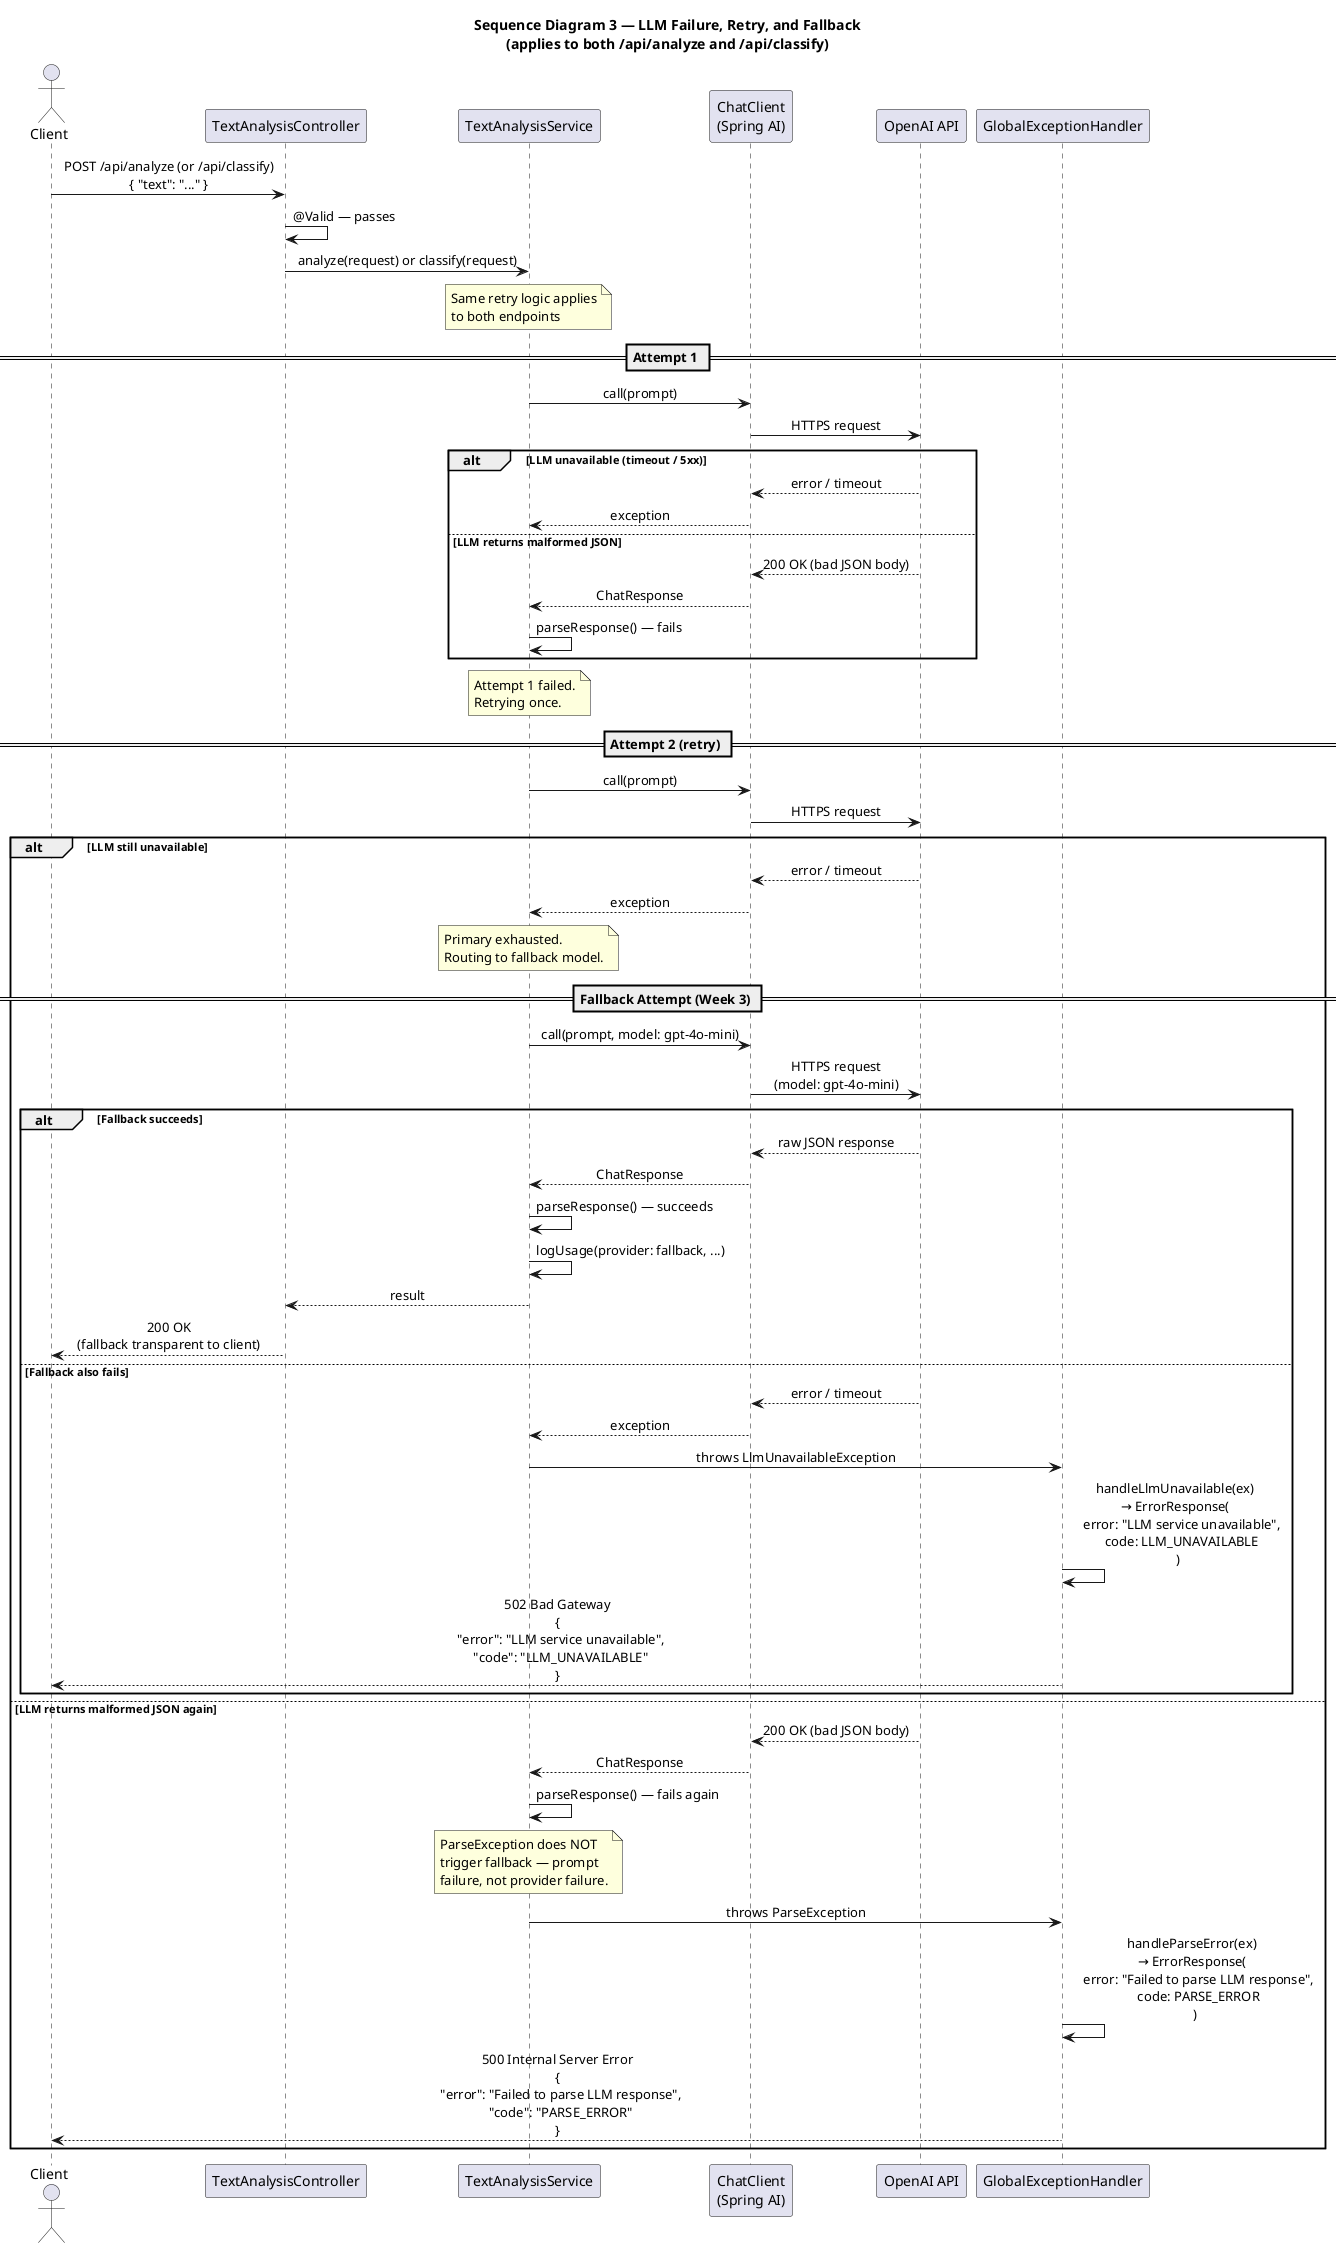
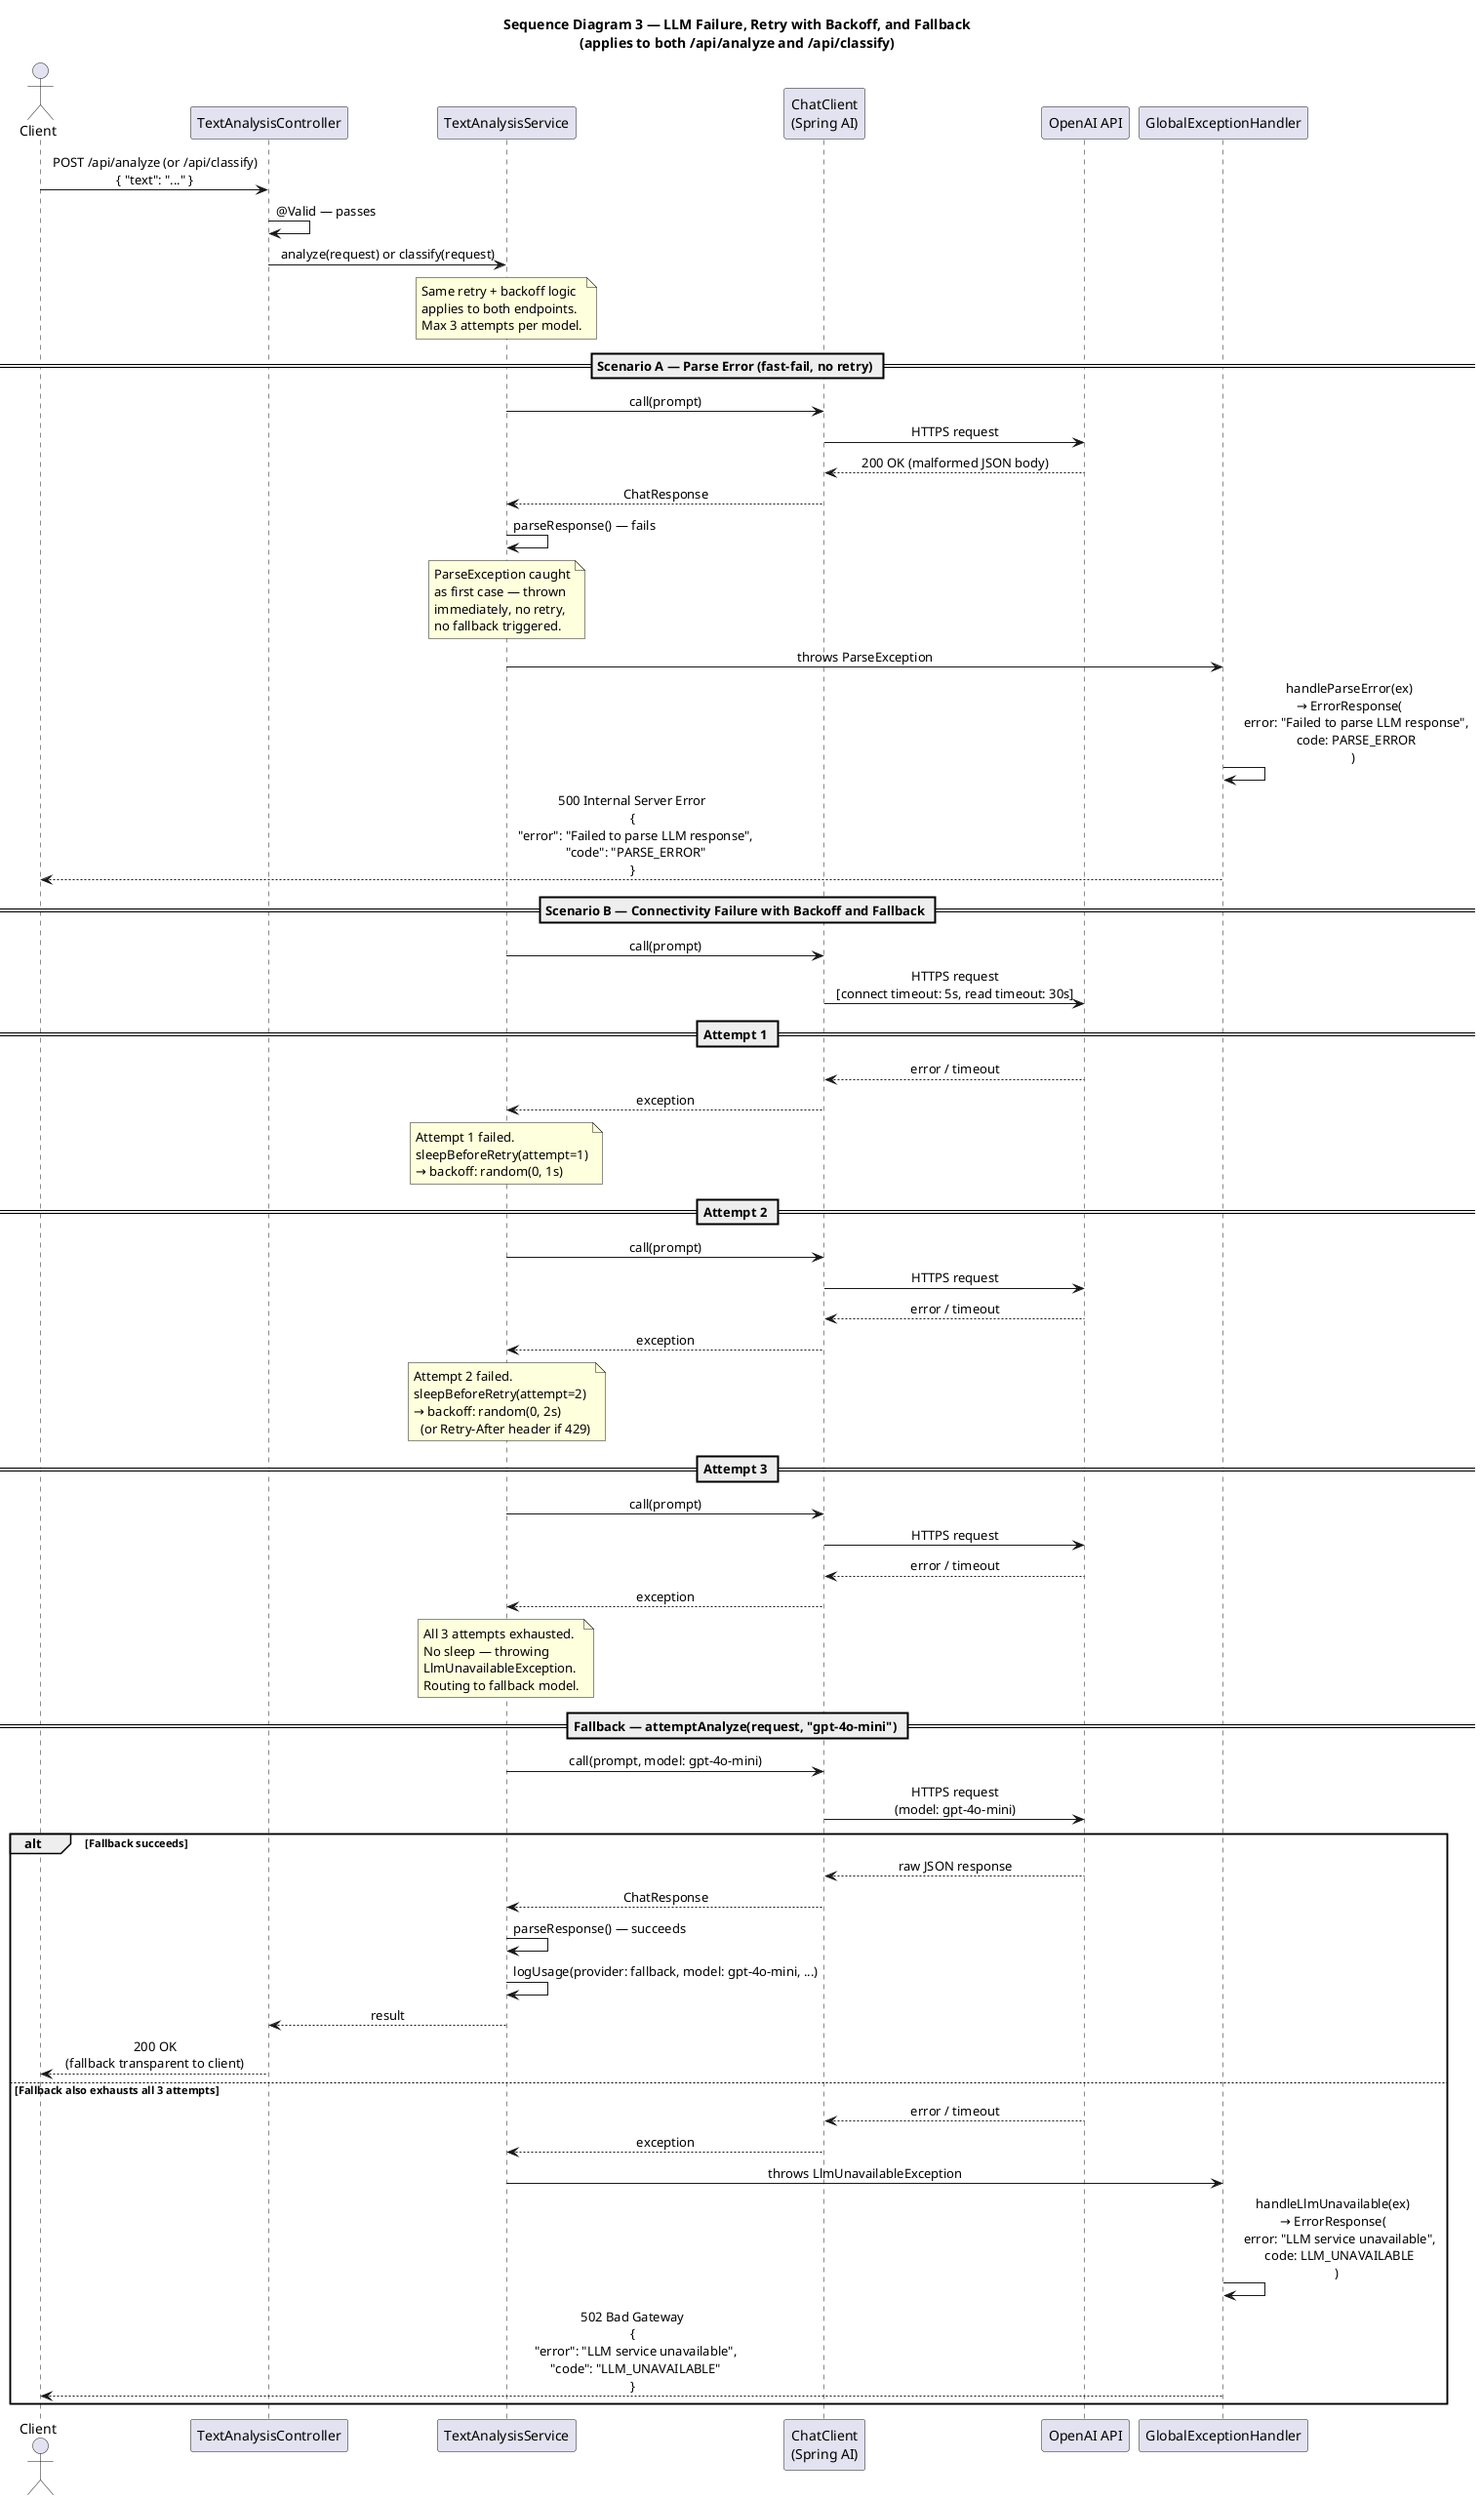
@startuml sequence-llm-failure

- title Sequence Diagram 3 — LLM Failure, Retry, and Fallback\n(applies to both /api/analyze and /api/classify)
+ title Sequence Diagram 3 — LLM Failure, Retry with Backoff, and Fallback\n(applies to both /api/analyze and /api/classify)

skinparam sequenceMessageAlign center
skinparam responseMessageBelowArrow true

actor       Client
participant "TextAnalysisController" as Controller
participant "TextAnalysisService"    as Service
participant "ChatClient\n(Spring AI)" as ChatClient
participant "OpenAI API"             as OpenAI
participant "GlobalExceptionHandler" as Handler

Client -> Controller : POST /api/analyze (or /api/classify)\n{ "text": "..." }

Controller -> Controller : @Valid — passes

Controller -> Service : analyze(request) or classify(request)

- note over Service : Same retry logic applies\nto both endpoints
+ note over Service : Same retry + backoff logic\napplies to both endpoints.\nMax 3 attempts per model.

- == Attempt 1 ==
+ == Scenario A — Parse Error (fast-fail, no retry) ==

Service -> ChatClient : call(prompt)
ChatClient -> OpenAI : HTTPS request

- alt LLM unavailable (timeout / 5xx)
+ OpenAI --> ChatClient : 200 OK (malformed JSON body)
+ ChatClient --> Service : ChatResponse
+ Service -> Service : parseResponse() — fails
+ note over Service : ParseException caught\nas first case — thrown\nimmediately, no retry,\nno fallback triggered.
+ Service -> Handler : throws ParseException
+ Handler -> Handler : handleParseError(ex)\n→ ErrorResponse(\n    error: "Failed to parse LLM response",\n    code: PARSE_ERROR\n  )
+ Handler --> Client : 500 Internal Server Error\n{\n  "error": "Failed to parse LLM response",\n  "code": "PARSE_ERROR"\n}

-   OpenAI --> ChatClient : error / timeout
-   ChatClient --> Service : exception
+ == Scenario B — Connectivity Failure with Backoff and Fallback ==

- else LLM returns malformed JSON
+ Service -> ChatClient : call(prompt)
+ ChatClient -> OpenAI : HTTPS request\n[connect timeout: 5s, read timeout: 30s]

-   OpenAI --> ChatClient : 200 OK (bad JSON body)
-   ChatClient --> Service : ChatResponse
-   Service -> Service : parseResponse() — fails
+ == Attempt 1 ==

- end
+ OpenAI --> ChatClient : error / timeout
+ ChatClient --> Service : exception

- note over Service : Attempt 1 failed.\nRetrying once.
+ note over Service : Attempt 1 failed.\nsleepBeforeRetry(attempt=1)\n→ backoff: random(0, 1s)

- == Attempt 2 (retry) ==
+ == Attempt 2 ==

Service -> ChatClient : call(prompt)
ChatClient -> OpenAI : HTTPS request

- alt LLM still unavailable
+ OpenAI --> ChatClient : error / timeout
+ ChatClient --> Service : exception
+ 
+ note over Service : Attempt 2 failed.\nsleepBeforeRetry(attempt=2)\n→ backoff: random(0, 2s)\n  (or Retry-After header if 429)
+ 
+ == Attempt 3 ==
+ 
+ Service -> ChatClient : call(prompt)
+ ChatClient -> OpenAI : HTTPS request
+ 
+ OpenAI --> ChatClient : error / timeout
+ ChatClient --> Service : exception
+ 
+ note over Service : All 3 attempts exhausted.\nNo sleep — throwing\nLlmUnavailableException.\nRouting to fallback model.
+ 
+ == Fallback — attemptAnalyze(request, "gpt-4o-mini") ==
+ 
+ Service -> ChatClient : call(prompt, model: gpt-4o-mini)
+ ChatClient -> OpenAI : HTTPS request\n(model: gpt-4o-mini)
+ 
+ alt Fallback succeeds
+ 
+   OpenAI --> ChatClient : raw JSON response
+   ChatClient --> Service : ChatResponse
+   Service -> Service : parseResponse() — succeeds
+   Service -> Service : logUsage(provider: fallback, model: gpt-4o-mini, ...)
+   Service --> Controller : result
+   Controller --> Client : 200 OK\n(fallback transparent to client)
+ 
+ else Fallback also exhausts all 3 attempts

  OpenAI --> ChatClient : error / timeout
  ChatClient --> Service : exception
-   note over Service : Primary exhausted.\nRouting to fallback model.
- 
-   == Fallback Attempt (Week 3) ==
- 
-   Service -> ChatClient : call(prompt, model: gpt-4o-mini)
-   ChatClient -> OpenAI : HTTPS request\n(model: gpt-4o-mini)
- 
-   alt Fallback succeeds
- 
-     OpenAI --> ChatClient : raw JSON response
-     ChatClient --> Service : ChatResponse
-     Service -> Service : parseResponse() — succeeds
-     Service -> Service : logUsage(provider: fallback, ...)
-     Service --> Controller : result
-     Controller --> Client : 200 OK\n(fallback transparent to client)
- 
-   else Fallback also fails
- 
-     OpenAI --> ChatClient : error / timeout
-     ChatClient --> Service : exception
-     Service -> Handler : throws LlmUnavailableException
-     Handler -> Handler : handleLlmUnavailable(ex)\n→ ErrorResponse(\n    error: "LLM service unavailable",\n    code: LLM_UNAVAILABLE\n  )
-     Handler --> Client : 502 Bad Gateway\n{\n  "error": "LLM service unavailable",\n  "code": "LLM_UNAVAILABLE"\n}
- 
-   end
- 
- else LLM returns malformed JSON again
- 
-   OpenAI --> ChatClient : 200 OK (bad JSON body)
-   ChatClient --> Service : ChatResponse
-   Service -> Service : parseResponse() — fails again
-   note over Service : ParseException does NOT\ntrigger fallback — prompt\nfailure, not provider failure.
-   Service -> Handler : throws ParseException
-   Handler -> Handler : handleParseError(ex)\n→ ErrorResponse(\n    error: "Failed to parse LLM response",\n    code: PARSE_ERROR\n  )
-   Handler --> Client : 500 Internal Server Error\n{\n  "error": "Failed to parse LLM response",\n  "code": "PARSE_ERROR"\n}
+   Service -> Handler : throws LlmUnavailableException
+   Handler -> Handler : handleLlmUnavailable(ex)\n→ ErrorResponse(\n    error: "LLM service unavailable",\n    code: LLM_UNAVAILABLE\n  )
+   Handler --> Client : 502 Bad Gateway\n{\n  "error": "LLM service unavailable",\n  "code": "LLM_UNAVAILABLE"\n}

end

@enduml
